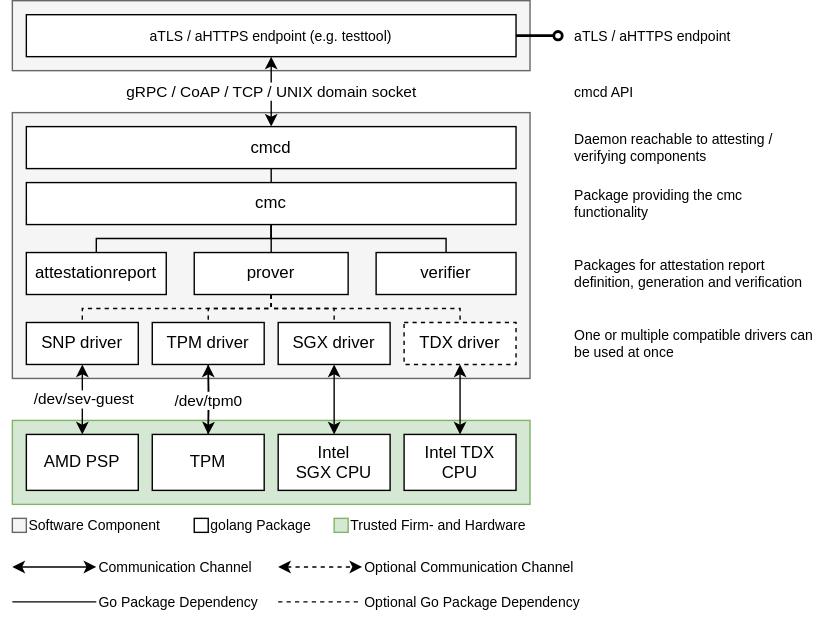
This is doc/diagrams/architecture.drawio.svg from Fraunhofer-AISEC/cmc, a draw.io export, as it was before one commit. Source tidied: cells renumbered, new cells last; positions are measured from the earlier drawing's top-left corner, leaving out a move shared by most shapes.
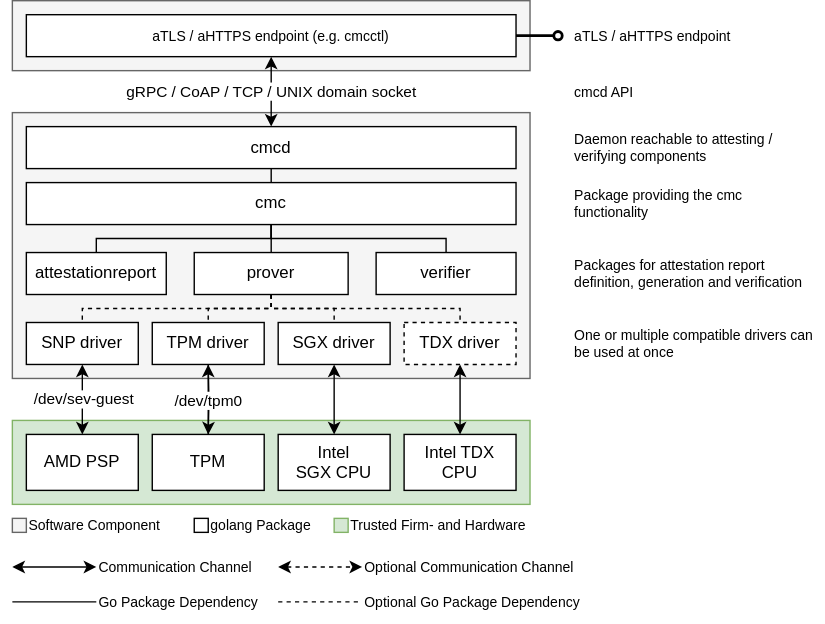
The same file after the commit.

What changed in the source:
```diff
@@ -25,7 +25,7 @@
     <mxCell id="8" value="One or multiple compatible drivers can be used at once" style="text;html=1;strokeColor=none;fillColor=none;align=left;verticalAlign=middle;whiteSpace=wrap;rounded=0;fontSize=10;" parent="1" vertex="1">
       <mxGeometry x="400" y="230" width="180" height="30" as="geometry" />
     </mxCell>
-    <mxCell id="9" value="aTLS / aHTTPS endpoint (e.g. testtool)" style="rounded=0;whiteSpace=wrap;html=1;fontSize=10;" parent="1" vertex="1">
+    <mxCell id="9" value="aTLS / aHTTPS endpoint (e.g. cmcctl)" style="rounded=0;whiteSpace=wrap;html=1;fontSize=10;" parent="1" vertex="1">
       <mxGeometry x="10" y="10" width="350" height="30" as="geometry" />
     </mxCell>
     <mxCell id="10" value="Daemon reachable to attesting / verifying components" style="text;html=1;strokeColor=none;fillColor=none;align=left;verticalAlign=middle;whiteSpace=wrap;rounded=0;fontSize=10;" parent="1" vertex="1">
```
